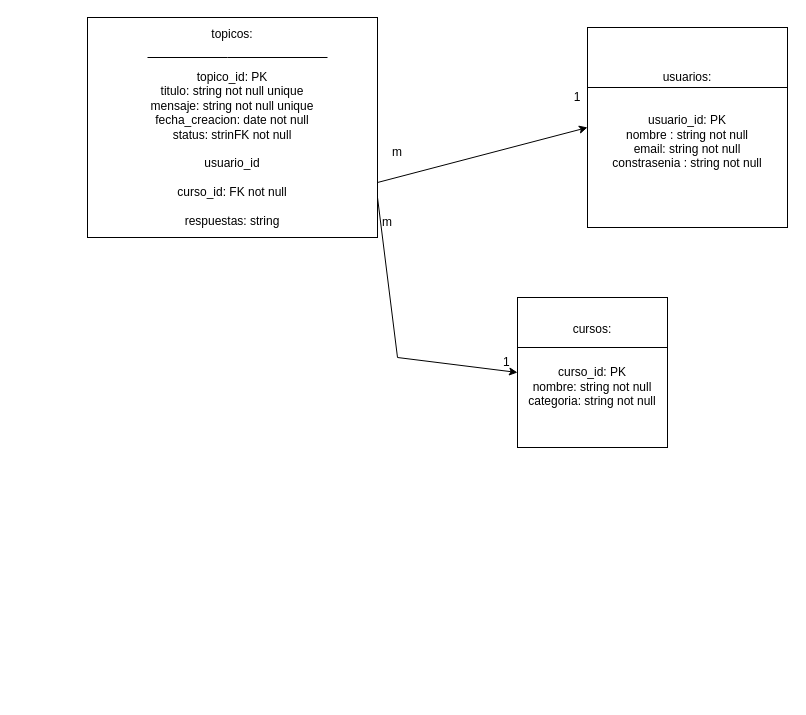
LionelStaricoff/challenge-one-foro-alura keeps this draw.io diagram as diagramas_de_flujo/bbdd.drawio. Above is the earlier version. Source tidied: cells renumbered, new cells numbered last; positions are measured from the earlier drawing's top-left corner, leaving out a move shared by most shapes. Both pictures are drawn from the tidied source at 100%, with x=0, y=0 at pixel (87, 17).
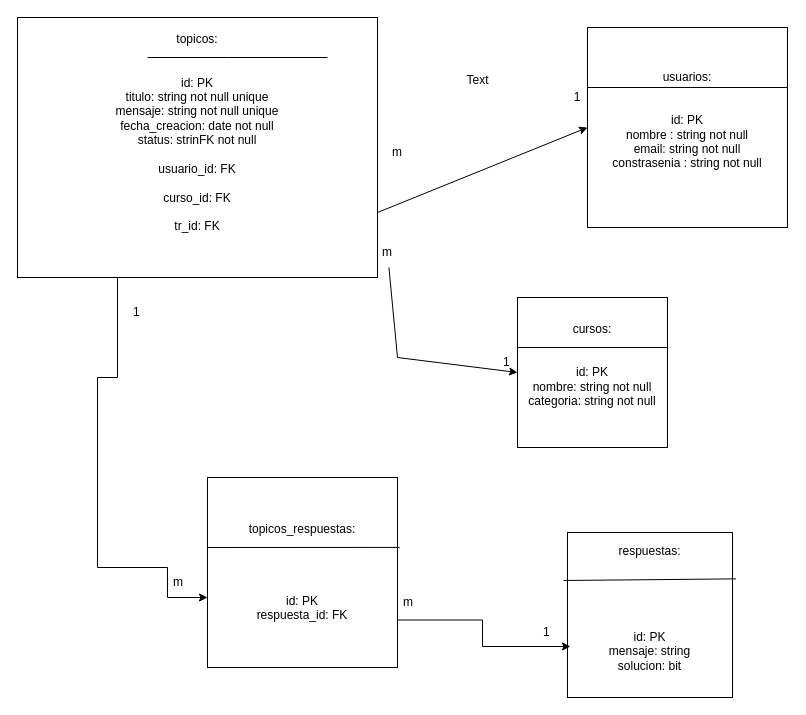
After the change.

The edit, as a diff of the source:
```diff
@@
-    <mxCell id="2" value="&lt;div&gt;usuarios:&lt;/div&gt;&lt;div&gt;&lt;br&gt;&lt;/div&gt;&lt;div&gt;&lt;br&gt;&lt;/div&gt;&lt;div&gt;usuario_id: PK&lt;br&gt;&lt;/div&gt;&lt;div&gt;nombre : string not null&lt;/div&gt;&lt;div&gt;email: string not null&lt;/div&gt;&lt;div&gt;constrasenia : string not null&lt;br&gt;&lt;/div&gt;&lt;div&gt;&lt;br&gt;&lt;/div&gt;" style="whiteSpace=wrap;html=1;" parent="1" vertex="1">
+    <mxCell id="2" value="&lt;div&gt;usuarios:&lt;/div&gt;&lt;div&gt;&lt;br&gt;&lt;/div&gt;&lt;div&gt;&lt;br&gt;&lt;/div&gt;&lt;div&gt;id: PK&lt;br&gt;&lt;/div&gt;&lt;div&gt;nombre : string not null&lt;/div&gt;&lt;div&gt;email: string not null&lt;/div&gt;&lt;div&gt;constrasenia : string not null&lt;br&gt;&lt;/div&gt;&lt;div&gt;&lt;br&gt;&lt;/div&gt;" style="whiteSpace=wrap;html=1;" parent="1" vertex="1">
       <mxGeometry x="500" y="10" width="200" height="200" as="geometry" />
     </mxCell>
     <mxCell id="3" style="group;" parent="1" vertex="1">
-      <mxGeometry x="40" width="250" height="220" as="geometry" />
+      <mxGeometry x="40" width="250" height="260" as="geometry" />
     </mxCell>
-    <mxCell id="4" value="&lt;div&gt;topicos:&lt;/div&gt;&lt;div&gt;&lt;br&gt;&lt;/div&gt;&lt;div&gt;&lt;br&gt;&lt;/div&gt;&lt;div&gt;topico_id: PK&lt;br&gt;&lt;/div&gt;&lt;div&gt;titulo: string not null unique&lt;br&gt;&lt;/div&gt;&lt;div&gt;mensaje: string not null unique&lt;/div&gt;&lt;div&gt;fecha_creacion: date not null &lt;br&gt;&lt;/div&gt;&lt;div&gt;status: strinFK not null &lt;br&gt;&lt;/div&gt;&lt;div&gt;&lt;br&gt;&lt;/div&gt;&lt;div&gt;usuario_id&lt;/div&gt;&lt;div&gt;&lt;br&gt;&lt;/div&gt;&lt;div&gt;curso_id: FK not null&lt;/div&gt;&lt;div&gt;&amp;nbsp;&lt;br&gt;&lt;/div&gt;&lt;div&gt;respuestas: string &lt;br&gt;&lt;/div&gt;" style="rounded=0;whiteSpace=wrap;html=1;" parent="3" vertex="1">
-      <mxGeometry x="-40" width="290" height="220" as="geometry" />
+    <mxCell id="4" value="&lt;div&gt;topicos:&lt;/div&gt;&lt;div&gt;&lt;br&gt;&lt;/div&gt;&lt;div&gt;&lt;br&gt;&lt;/div&gt;&lt;div&gt;id: PK&lt;br&gt;&lt;/div&gt;&lt;div&gt;titulo: string not null unique&lt;br&gt;&lt;/div&gt;&lt;div&gt;mensaje: string not null unique&lt;/div&gt;&lt;div&gt;fecha_creacion: date not null &lt;br&gt;&lt;/div&gt;&lt;div&gt;status: strinFK not null &lt;br&gt;&lt;/div&gt;&lt;div&gt;&lt;br&gt;&lt;/div&gt;&lt;div&gt;usuario_id: FK&lt;br&gt;&lt;/div&gt;&lt;div&gt;&lt;br&gt;&lt;/div&gt;&lt;div&gt;curso_id: FK &lt;br&gt;&lt;/div&gt;&lt;div&gt;&amp;nbsp;&lt;br&gt;&lt;/div&gt;&lt;div&gt;tr_id: FK&lt;/div&gt;&lt;div&gt;&lt;br&gt;&lt;/div&gt;&lt;div&gt;&lt;br&gt;&lt;/div&gt;" style="rounded=0;whiteSpace=wrap;html=1;" parent="3" vertex="1">
+      <mxGeometry x="-110" width="360" height="260" as="geometry" />
     </mxCell>
@@
-    <mxCell id="9" value="&lt;div&gt;cursos:&lt;/div&gt;&lt;div&gt;&lt;br&gt;&lt;/div&gt;&lt;div&gt;&lt;br&gt;&lt;/div&gt;&lt;div&gt;curso_id: PK &lt;br&gt;&lt;/div&gt;&lt;div&gt;nombre: string not null&lt;br&gt;&lt;/div&gt;&lt;div&gt;categoria: string not null&lt;br&gt;&lt;/div&gt;&lt;div&gt;&lt;br&gt;&lt;/div&gt;" style="whiteSpace=wrap;html=1;" parent="1" vertex="1">
+    <mxCell id="9" value="&lt;div&gt;cursos:&lt;/div&gt;&lt;div&gt;&lt;br&gt;&lt;/div&gt;&lt;div&gt;&lt;br&gt;&lt;/div&gt;&lt;div&gt;id: PK &lt;br&gt;&lt;/div&gt;&lt;div&gt;nombre: string not null&lt;br&gt;&lt;/div&gt;&lt;div&gt;categoria: string not null&lt;br&gt;&lt;/div&gt;&lt;div&gt;&lt;br&gt;&lt;/div&gt;" style="whiteSpace=wrap;html=1;" parent="1" vertex="1">
       <mxGeometry x="430" y="280" width="150" height="150" as="geometry" />
     </mxCell>
@@
-    <mxCell id="12" style="endArrow=classic;html=1;rounded=0;entryX=0;entryY=0.5;entryDx=0;entryDy=0;" parent="1" edge="1" target="9">
+    <mxCell id="12" style="endArrow=classic;html=1;rounded=0;entryX=0;entryY=0.5;entryDx=0;entryDy=0;" parent="1" edge="1" source="14" target="9">
       <mxGeometry relative="1" as="geometry">
-        <mxPoint x="290" y="180" as="sourcePoint" />
         <Array as="points">
           <mxPoint x="310" y="340" />
         </Array>
       </mxGeometry>
     </mxCell>
@@
+    <mxCell id="15" style="edgeStyle=orthogonalEdgeStyle;rounded=0;jettySize=auto;html=1;" parent="1" edge="1" source="4" target="18">
+      <mxGeometry relative="1" as="geometry">
+        <Array as="points">
+          <mxPoint x="30" y="360" />
+          <mxPoint x="10" y="360" />
+          <mxPoint x="10" y="550" />
+          <mxPoint x="80" y="550" />
+          <mxPoint x="80" y="580" />
+        </Array>
+      </mxGeometry>
+    </mxCell>
     <mxCell id="14" value="m" style="text;html=1;strokeColor=none;fillColor=none;align=center;verticalAlign=middle;whiteSpace=wrap;rounded=0;" parent="1" vertex="1">
-      <mxGeometry x="270" y="190" width="60" height="30" as="geometry" />
+      <mxGeometry x="270" y="220" width="60" height="30" as="geometry" />
     </mxCell>
+    <mxCell id="16" value="1" style="text;strokeColor=none;fillColor=none;align=left;verticalAlign=middle;spacingLeft=4;spacingRight=4;overflow=hidden;whiteSpace=wrap;html=1;" parent="1" vertex="1">
+      <mxGeometry x="40" y="280" width="80" height="30" as="geometry" />
+    </mxCell>
+    <mxCell id="17" value="m" style="text;strokeColor=none;fillColor=none;align=left;verticalAlign=middle;spacingLeft=4;spacingRight=4;overflow=hidden;whiteSpace=wrap;html=1;" parent="1" vertex="1">
+      <mxGeometry x="80" y="550" width="80" height="30" as="geometry" />
+    </mxCell>
+    <mxCell id="18" value="&lt;div&gt;topicos_respuestas:&lt;/div&gt;&lt;div&gt;&lt;br&gt;&lt;/div&gt;&lt;div&gt;&lt;br&gt;&lt;/div&gt;&lt;div&gt;&lt;br&gt;&lt;/div&gt;&lt;div&gt;&lt;br&gt;&lt;/div&gt;&lt;div&gt;id: PK&lt;/div&gt;&lt;div&gt;respuesta_id: FK&lt;br&gt;&lt;/div&gt;" style="whiteSpace=wrap;html=1;" parent="1" vertex="1">
+      <mxGeometry x="120" y="460" width="190" height="190" as="geometry" />
+    </mxCell>
+    <mxCell id="19" style="endArrow=none;html=1;rounded=0;entryX=1.011;entryY=0.368;entryDx=0;entryDy=0;entryPerimeter=0;" parent="1" edge="1" target="18">
+      <mxGeometry relative="1" as="geometry">
+        <mxPoint x="120" y="530" as="sourcePoint" />
+      </mxGeometry>
+    </mxCell>
+    <mxCell id="20" value="&lt;div&gt;respuestas:&lt;/div&gt;&lt;div&gt;&lt;br&gt;&lt;/div&gt;&lt;div&gt;&lt;br&gt;&lt;/div&gt;&lt;div&gt;&lt;br&gt;&lt;/div&gt;&lt;div&gt;&lt;br&gt;&lt;/div&gt;&lt;div&gt;&lt;br&gt;&lt;/div&gt;&lt;div&gt;id: PK&lt;br&gt;&lt;/div&gt;&lt;div&gt;mensaje: string&lt;/div&gt;&lt;div&gt;solucion: bit&lt;br&gt;&lt;/div&gt;&lt;div&gt;&lt;br&gt;&lt;/div&gt;" style="whiteSpace=wrap;html=1;" parent="1" vertex="1">
+      <mxGeometry x="480" y="515" width="165" height="165" as="geometry" />
+    </mxCell>
+    <mxCell id="21" style="edgeStyle=orthogonalEdgeStyle;rounded=0;jettySize=auto;html=1;exitX=1;exitY=0.75;exitDx=0;exitDy=0;entryX=0.018;entryY=0.691;entryDx=0;entryDy=0;entryPerimeter=0;" parent="1" edge="1" source="18" target="20">
+      <mxGeometry relative="1" as="geometry" />
+    </mxCell>
+    <mxCell id="22" style="endArrow=none;html=1;rounded=0;entryX=1.021;entryY=0.281;entryDx=0;entryDy=0;entryPerimeter=0;exitX=-0.024;exitY=0.291;exitDx=0;exitDy=0;exitPerimeter=0;" parent="1" edge="1" source="20" target="20">
+      <mxGeometry relative="1" as="geometry" />
+    </mxCell>
+    <mxCell id="23" value="m" style="text;strokeColor=none;fillColor=none;align=left;verticalAlign=middle;spacingLeft=4;spacingRight=4;overflow=hidden;whiteSpace=wrap;html=1;" parent="1" vertex="1">
+      <mxGeometry x="310" y="570" width="80" height="30" as="geometry" />
+    </mxCell>
+    <mxCell id="24" value="1" style="text;strokeColor=none;fillColor=none;align=left;verticalAlign=middle;spacingLeft=4;spacingRight=4;overflow=hidden;whiteSpace=wrap;html=1;" parent="1" vertex="1">
+      <mxGeometry x="450" y="600" width="80" height="30" as="geometry" />
+    </mxCell>
+    <mxCell id="25" value="Text" style="text;html=1;align=center;verticalAlign=middle;strokeColor=none;fillColor=none;" parent="1" vertex="1">
+      <mxGeometry x="370" y="48" width="40" height="30" as="geometry" />
+    </mxCell>
```
